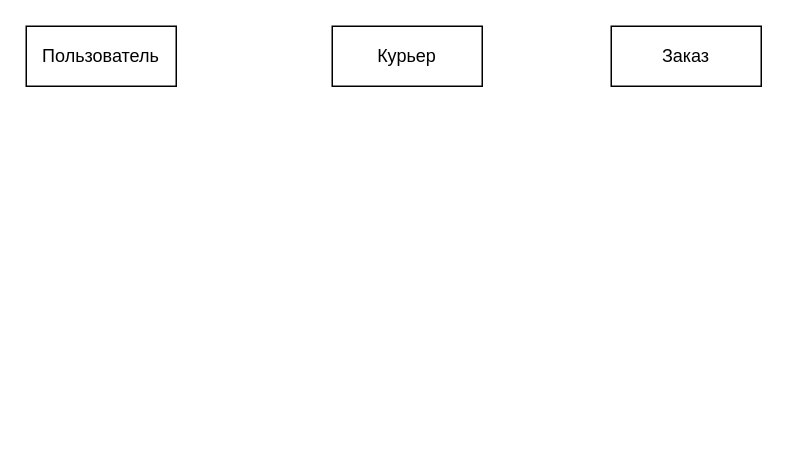
Above: ДиаграммаКоммуникуции.drawio in hard-gainer/UML (draw.io), before the change. Source tidied: cells renumbered, new cells numbered last; positions are measured from the earlier drawing's top-left corner, leaving out a move shared by most shapes. Both pictures are drawn from the tidied source at 150%, with x=0, y=0 at pixel (26, 26).
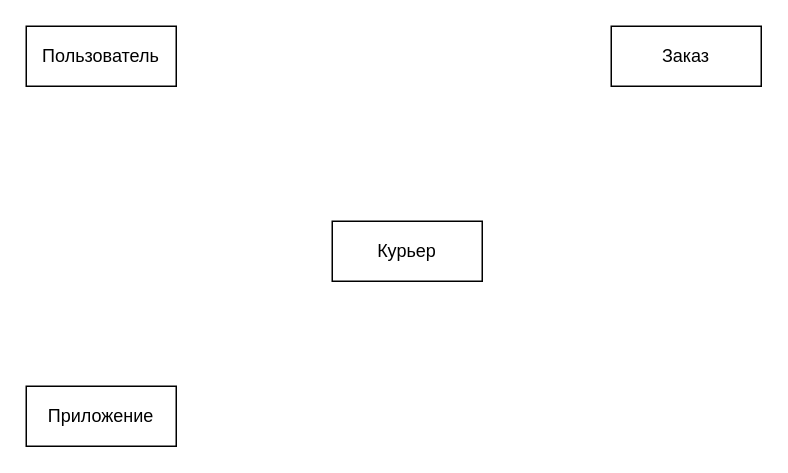
The same diagram, later.

The edit, as a diff of the source:
```diff
@@
 <mxGraphModel>
   <root>
     <mxCell id="0" />
     <mxCell id="1" parent="0" />
     <mxCell id="2" value="Пользователь" style="html=1;whiteSpace=wrap;" parent="1" vertex="1">
       <mxGeometry width="100" height="40" as="geometry" />
     </mxCell>
     <mxCell id="3" value="Заказ" style="html=1;whiteSpace=wrap;" parent="1" vertex="1">
       <mxGeometry x="390" width="100" height="40" as="geometry" />
     </mxCell>
     <mxCell id="4" value="Курьер" style="html=1;whiteSpace=wrap;" parent="1" vertex="1">
-      <mxGeometry x="204" width="100" height="40" as="geometry" />
+      <mxGeometry x="204" y="130" width="100" height="40" as="geometry" />
     </mxCell>
+    <mxCell id="5" value="Приложение" style="html=1;whiteSpace=wrap;" parent="1" vertex="1">
+      <mxGeometry y="240" width="100" height="40" as="geometry" />
+    </mxCell>
   </root>
 </mxGraphModel>
```
